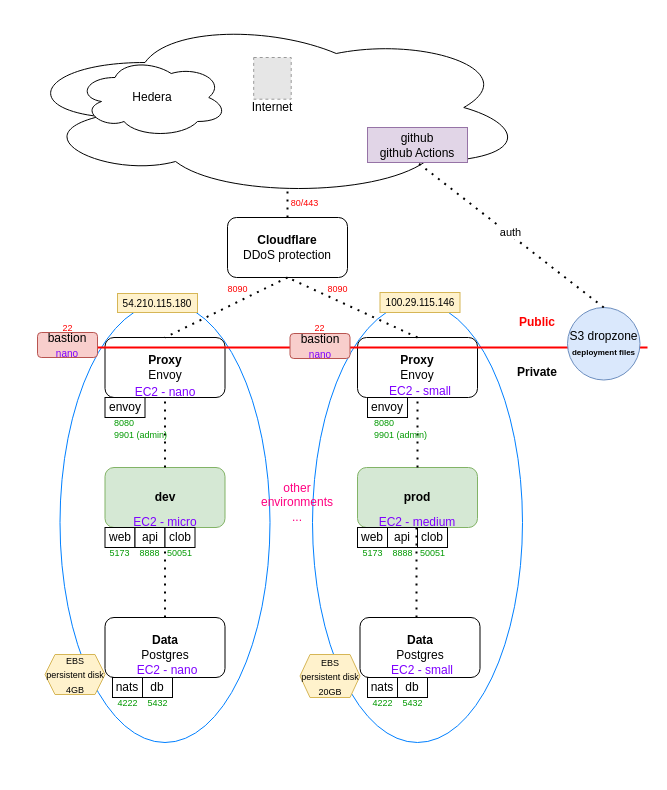
Amplified-Information/testing keeps this draw.io diagram as resources/Predict.drawio. Above is the earlier version. Source tidied: cells renumbered, new cells numbered last; positions are measured from the earlier drawing's top-left corner, leaving out a move shared by most shapes. Both pictures are drawn from the tidied source at 100%, with x=0, y=0 at pixel (17, 17). Pictures stored in the file or linked from it are replaced by grey dashed boxes.
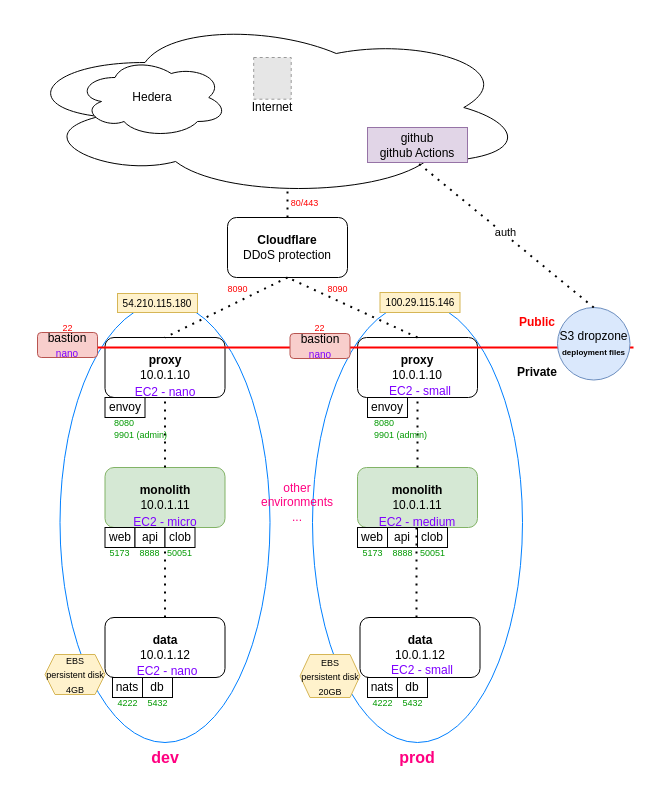
After the change.

Commit message (it also covers changes not shown here):
System diagram update

The edit, as a diff of the source:
```diff
@@
-    <mxCell id="4" value="&lt;b&gt;Proxy&lt;/b&gt;&lt;br&gt;Envoy" style="rounded=1;whiteSpace=wrap;html=1;" parent="1" vertex="1">
+    <mxCell id="4" value="&lt;b&gt;proxy&lt;/b&gt;&lt;br&gt;&lt;div&gt;10.0.1.10&lt;/div&gt;" style="rounded=1;whiteSpace=wrap;html=1;" parent="1" vertex="1">
       <mxGeometry x="87.5" y="320" width="120" height="60" as="geometry" />
     </mxCell>
-    <mxCell id="5" value="&lt;b&gt;Data&lt;/b&gt;&lt;div&gt;Postgres&lt;/div&gt;" style="rounded=1;whiteSpace=wrap;html=1;" parent="1" vertex="1">
+    <mxCell id="5" value="&lt;b&gt;data&lt;/b&gt;&lt;div&gt;10.0.1.12&lt;/div&gt;" style="rounded=1;whiteSpace=wrap;html=1;" parent="1" vertex="1">
       <mxGeometry x="87.5" y="600" width="120" height="60" as="geometry" />
     </mxCell>
-    <mxCell id="6" value="&lt;b&gt;dev&lt;/b&gt;" style="rounded=1;whiteSpace=wrap;html=1;fillColor=#d5e8d4;strokeColor=#82b366;" parent="1" vertex="1">
+    <mxCell id="6" value="&lt;b&gt;monolith&lt;/b&gt;&lt;div&gt;10.0.1.11&lt;/div&gt;" style="rounded=1;whiteSpace=wrap;html=1;fillColor=#d5e8d4;strokeColor=#82b366;" parent="1" vertex="1">
       <mxGeometry x="87.5" y="450" width="120" height="60" as="geometry" />
     </mxCell>
-    <mxCell id="7" value="&lt;b&gt;prod&lt;/b&gt;" style="rounded=1;whiteSpace=wrap;html=1;fillColor=#d5e8d4;strokeColor=#82b366;" parent="1" vertex="1">
+    <mxCell id="7" value="&lt;b&gt;monolith&lt;/b&gt;&lt;div&gt;10.0.1.11&lt;/div&gt;" style="rounded=1;whiteSpace=wrap;html=1;fillColor=#d5e8d4;strokeColor=#82b366;" parent="1" vertex="1">
       <mxGeometry x="340" y="450" width="120" height="60" as="geometry" />
     </mxCell>
@@
     <mxCell id="16" value="&lt;font style=&quot;color: rgb(127, 0, 255);&quot;&gt;EC2 - nano&lt;/font&gt;" style="text;html=1;align=center;verticalAlign=middle;whiteSpace=wrap;rounded=0;" parent="1" vertex="1">
-      <mxGeometry x="100" y="638" width="100" height="30" as="geometry" />
+      <mxGeometry x="100" y="640" width="100" height="28" as="geometry" />
     </mxCell>
@@
-    <mxCell id="36" value="&lt;b&gt;Proxy&lt;/b&gt;&lt;br&gt;Envoy" style="rounded=1;whiteSpace=wrap;html=1;" parent="1" vertex="1">
+    <mxCell id="36" value="&lt;b&gt;proxy&lt;/b&gt;&lt;br&gt;10.0.1.10" style="rounded=1;whiteSpace=wrap;html=1;" parent="1" vertex="1">
       <mxGeometry x="340" y="320" width="120" height="60" as="geometry" />
     </mxCell>
@@
-    <mxCell id="40" value="&lt;b&gt;Data&lt;/b&gt;&lt;div&gt;Postgres&lt;/div&gt;" style="rounded=1;whiteSpace=wrap;html=1;" parent="1" vertex="1">
+    <mxCell id="40" value="&lt;b&gt;data&lt;/b&gt;&lt;div&gt;10.0.1.12&lt;/div&gt;" style="rounded=1;whiteSpace=wrap;html=1;" parent="1" vertex="1">
       <mxGeometry x="342.5" y="600" width="120" height="60" as="geometry" />
     </mxCell>
@@
     <mxCell id="47" style="endArrow=none;html=1;rounded=0;fontColor=#FF0000;strokeColor=#FF0000;strokeWidth=2;" parent="1" edge="1">
       <mxGeometry relative="1" as="geometry">
-        <mxPoint x="65" y="330" as="sourcePoint" />
-        <mxPoint x="630" y="330" as="targetPoint" />
+        <mxPoint x="51" y="330" as="sourcePoint" />
+        <mxPoint x="616" y="330" as="targetPoint" />
       </mxGeometry>
     </mxCell>
@@
     <mxCell id="66" value="S3 dropzone&lt;div&gt;&lt;font style=&quot;font-size: 8px;&quot;&gt;&lt;b&gt;deployment files&lt;/b&gt;&lt;/font&gt;&lt;/div&gt;" style="ellipse;whiteSpace=wrap;html=1;fillColor=#dae8fc;strokeColor=#6c8ebf;" parent="1" vertex="1">
-      <mxGeometry x="550" y="290" width="72.5" height="72.5" as="geometry" />
+      <mxGeometry x="540" y="290" width="72.5" height="72.5" as="geometry" />
     </mxCell>
@@
+    <mxCell id="70" value="&lt;b&gt;&lt;font style=&quot;font-size: 16px;&quot;&gt;dev&lt;/font&gt;&lt;/b&gt;" style="text;html=1;whiteSpace=wrap;strokeColor=none;fillColor=none;align=center;verticalAlign=middle;rounded=0;fontColor=#FF0080;" parent="1" vertex="1">
+      <mxGeometry x="117.5" y="725" width="60" height="30" as="geometry" />
+    </mxCell>
+    <mxCell id="71" value="&lt;b&gt;&lt;font style=&quot;font-size: 16px;&quot;&gt;prod&lt;/font&gt;&lt;/b&gt;" style="text;html=1;whiteSpace=wrap;strokeColor=none;fillColor=none;align=center;verticalAlign=middle;rounded=0;fontColor=#FF0080;" parent="1" vertex="1">
+      <mxGeometry x="370" y="725" width="60" height="30" as="geometry" />
+    </mxCell>
```
